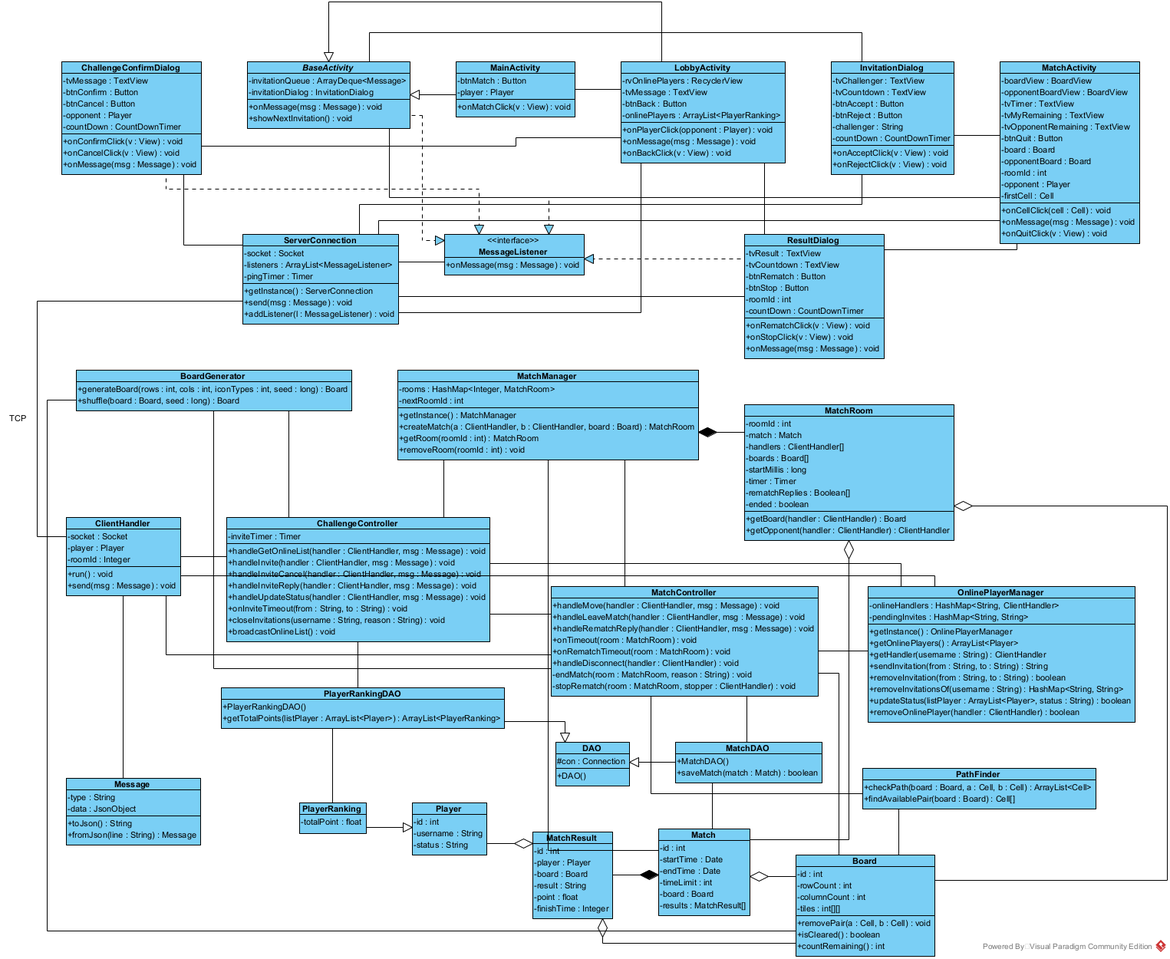
Above: docs/vp/png/class-design-m4.png in VattenL/mobile-pikachu (PlantUML), before the change. Its source is kept beside it as docs/uml/pha3/class-design-m4.puml.
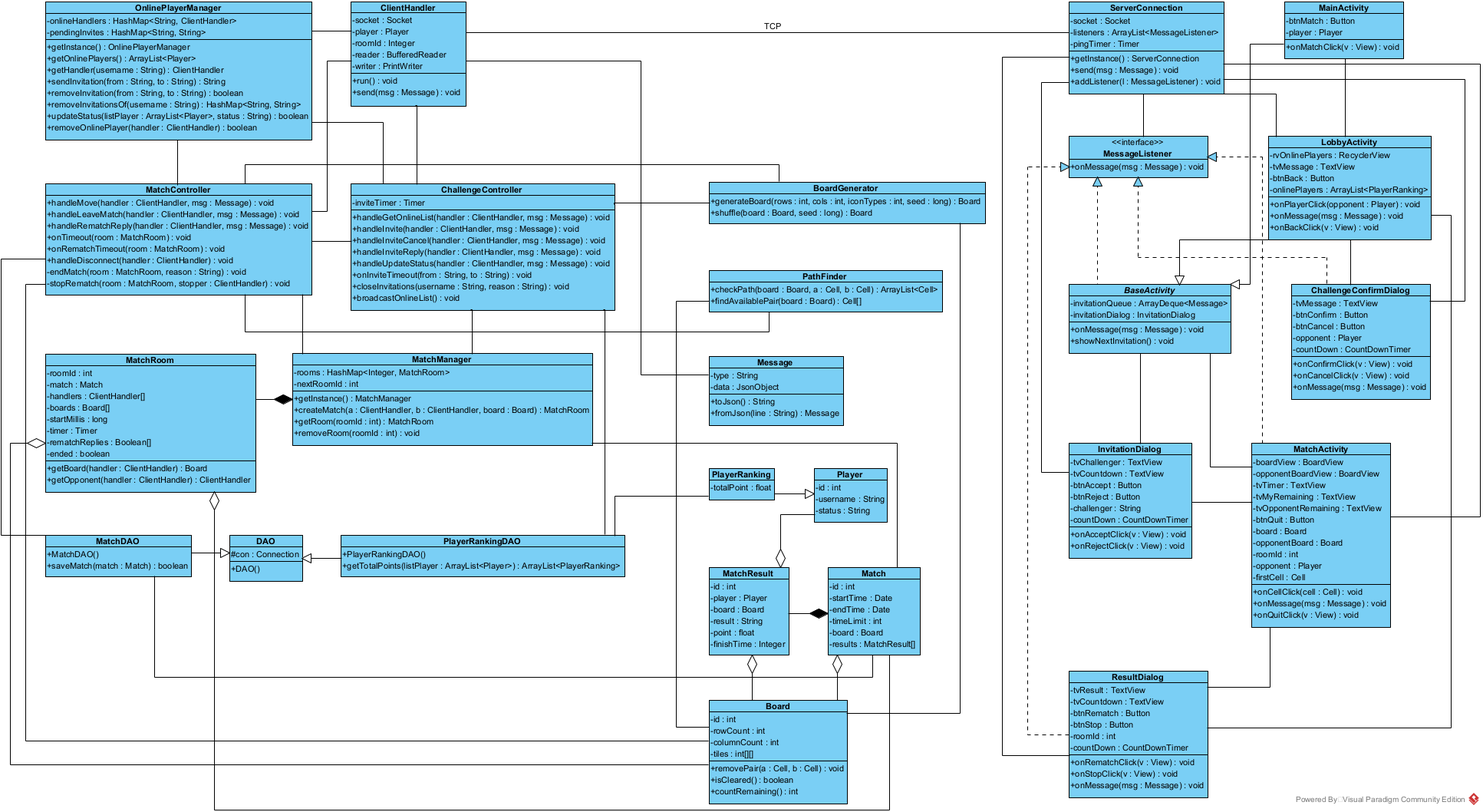
Later version of the same file.

Commit message:
docs: align design figures with Dev 2's final Google Doc

Diff of the diagram source:
```diff
@@ -106,6 +106,8 @@
   - socket : Socket
   - player : Player
   - roomId : Integer
+  - reader : BufferedReader
+  - writer : PrintWriter
   + run() : void
   + send(msg : Message) : void
 }
```
